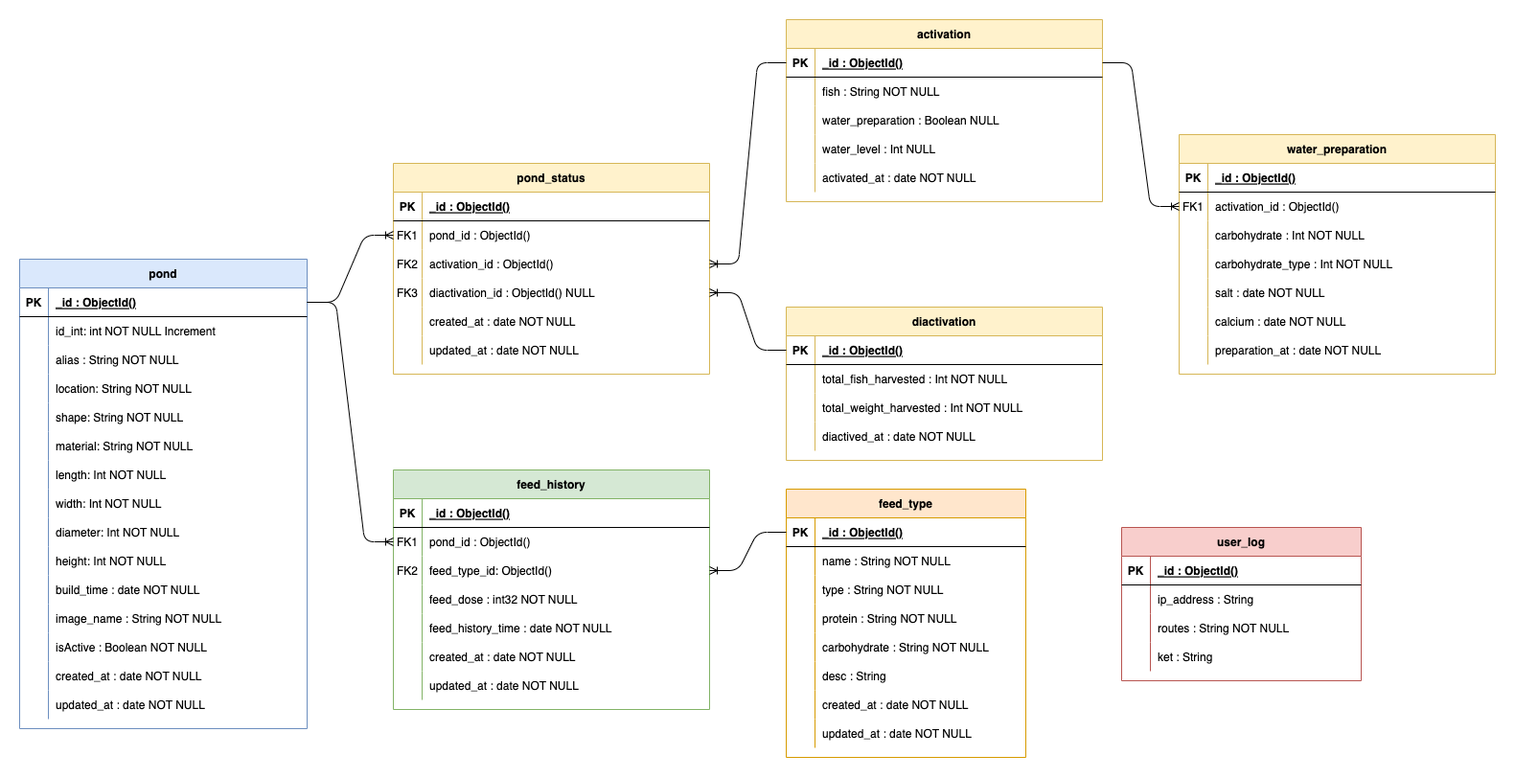
Above: doc/Sprint04/diagram database/database.png in andrirahmanto/backendserverfishculture (draw.io), before the change. Source tidied: cells renumbered, new cells last; positions are measured from the earlier drawing's top-left corner, leaving out a move shared by most shapes.
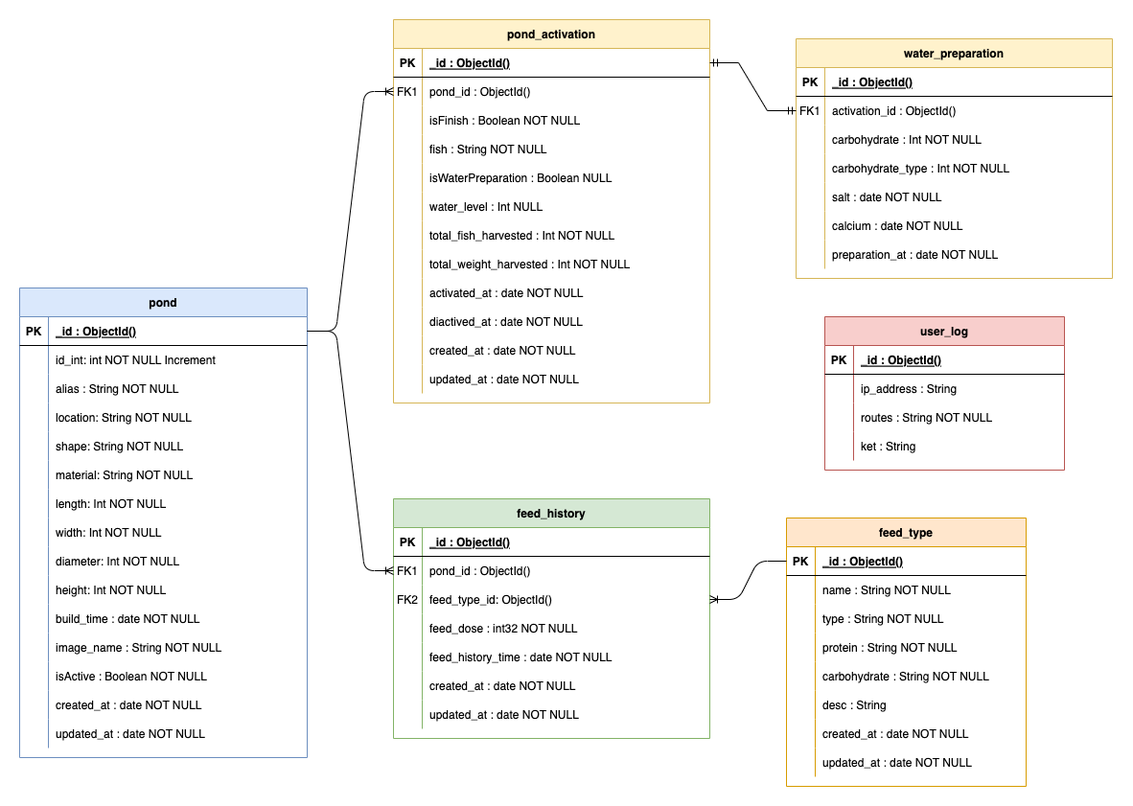
After the change.

Commit message:
feat: add get pond activation

The edit, as a diff of the source:
```diff
@@ -285,7 +285,7 @@
       <mxGeometry relative="1" as="geometry" />
     </mxCell>
     <mxCell id="96" value="user_log" style="shape=table;startSize=30;rowLines=0;fontStyle=1;align=center;fillColor=#f8cecc;strokeColor=#b85450;" parent="1" vertex="1">
-      <mxGeometry x="1150" y="530" width="250" height="160" as="geometry" />
+      <mxGeometry x="840" y="280" width="250" height="160" as="geometry" />
     </mxCell>
     <mxCell id="97" style="shape=partialRectangle;fillColor=none;top=0;left=0;right=0;bottom=1;" parent="96" vertex="1">
       <mxGeometry y="30" width="250" height="30" as="geometry" />
@@ -326,8 +326,8 @@
     <mxCell id="109" style="edgeStyle=entityRelationEdgeStyle;fontSize=12;html=1;endArrow=ERoneToMany;exitX=0;exitY=0.5;exitDx=0;exitDy=0;entryX=1;entryY=0.5;entryDx=0;entryDy=0;" parent="1" edge="1" source="25" target="9">
       <mxGeometry relative="1" as="geometry" />
     </mxCell>
-    <mxCell id="110" value="pond_status" style="shape=table;startSize=30;rowLines=0;fontStyle=1;align=center;fillColor=#fff2cc;strokeColor=#d6b656;" parent="1" vertex="1">
-      <mxGeometry x="390" y="150" width="330" height="220" as="geometry" />
+    <mxCell id="110" value="pond_activation" style="shape=table;startSize=30;rowLines=0;fontStyle=1;align=center;fillColor=#fff2cc;strokeColor=#d6b656;" parent="1" vertex="1">
+      <mxGeometry x="390" y="-30" width="330" height="400" as="geometry" />
     </mxCell>
     <mxCell id="111" style="shape=partialRectangle;fillColor=none;points=[[0,0.5],[1,0.5]];portConstraint=eastwest;top=0;left=0;right=0;bottom=1;" parent="110" vertex="1">
       <mxGeometry y="30" width="330" height="30" as="geometry" />
@@ -347,26 +347,80 @@
     <mxCell id="116" value="pond_id : ObjectId()" style="shape=partialRectangle;overflow=hidden;fillColor=none;top=0;left=0;bottom=0;right=0;align=left;spacingLeft=6;" parent="114" vertex="1">
       <mxGeometry x="30" width="300" height="30" as="geometry" />
     </mxCell>
+    <mxCell id="184" style="shape=partialRectangle;fillColor=none;top=0;left=0;right=0;bottom=0;" parent="110" vertex="1">
+      <mxGeometry y="90" width="330" height="30" as="geometry" />
+    </mxCell>
+    <mxCell id="185" style="shape=partialRectangle;overflow=hidden;fillColor=none;top=0;left=0;bottom=0;right=0;" parent="184" vertex="1">
+      <mxGeometry width="30" height="30" as="geometry" />
+    </mxCell>
+    <mxCell id="186" value="isFinish : Boolean NOT NULL" style="shape=partialRectangle;overflow=hidden;fillColor=none;top=0;left=0;bottom=0;right=0;align=left;spacingLeft=6;" parent="184" vertex="1">
+      <mxGeometry x="30" width="300" height="30" as="geometry" />
+    </mxCell>
+    <mxCell id="187" style="shape=partialRectangle;fillColor=none;top=0;left=0;right=0;bottom=0;" parent="110" vertex="1">
+      <mxGeometry y="120" width="330" height="30" as="geometry" />
+    </mxCell>
+    <mxCell id="188" style="shape=partialRectangle;overflow=hidden;fillColor=none;top=0;left=0;bottom=0;right=0;" parent="187" vertex="1">
+      <mxGeometry width="30" height="30" as="geometry" />
+    </mxCell>
+    <mxCell id="135" value="fish : String NOT NULL" style="shape=partialRectangle;overflow=hidden;fillColor=none;top=0;left=0;bottom=0;right=0;align=left;spacingLeft=6;" parent="187" vertex="1">
+      <mxGeometry x="30" width="300" height="30" as="geometry" />
+    </mxCell>
     <mxCell id="117" style="shape=partialRectangle;fillColor=none;points=[[0,0.5],[1,0.5]];portConstraint=eastwest;top=0;left=0;right=0;bottom=0;" parent="110" vertex="1">
-      <mxGeometry y="90" width="330" height="30" as="geometry" />
+      <mxGeometry y="150" width="330" height="30" as="geometry" />
     </mxCell>
-    <mxCell id="118" value="FK2" style="shape=partialRectangle;overflow=hidden;fillColor=none;top=0;left=0;bottom=0;right=0;" parent="117" vertex="1">
+    <mxCell id="118" style="shape=partialRectangle;overflow=hidden;fillColor=none;top=0;left=0;bottom=0;right=0;" parent="117" vertex="1">
       <mxGeometry width="30" height="30" as="geometry" />
     </mxCell>
-    <mxCell id="119" value="activation_id : ObjectId()" style="shape=partialRectangle;overflow=hidden;fillColor=none;top=0;left=0;bottom=0;right=0;align=left;spacingLeft=6;" parent="117" vertex="1">
+    <mxCell id="119" value="isWaterPreparation : Boolean NULL" style="shape=partialRectangle;overflow=hidden;fillColor=none;top=0;left=0;bottom=0;right=0;align=left;spacingLeft=6;" parent="117" vertex="1">
       <mxGeometry x="30" width="300" height="30" as="geometry" />
     </mxCell>
+    <mxCell id="189" style="shape=partialRectangle;fillColor=none;top=0;left=0;right=0;bottom=0;" parent="110" vertex="1">
+      <mxGeometry y="180" width="330" height="30" as="geometry" />
+    </mxCell>
+    <mxCell id="190" style="shape=partialRectangle;overflow=hidden;fillColor=none;top=0;left=0;bottom=0;right=0;" parent="189" vertex="1">
+      <mxGeometry width="30" height="30" as="geometry" />
+    </mxCell>
+    <mxCell id="141" value="water_level : Int NULL" style="shape=partialRectangle;overflow=hidden;fillColor=none;top=0;left=0;bottom=0;right=0;align=left;spacingLeft=6;" parent="189" vertex="1">
+      <mxGeometry x="30" width="300" height="30" as="geometry" />
+    </mxCell>
+    <mxCell id="191" style="shape=partialRectangle;fillColor=none;top=0;left=0;right=0;bottom=0;" parent="110" vertex="1">
+      <mxGeometry y="210" width="330" height="30" as="geometry" />
+    </mxCell>
+    <mxCell id="192" style="shape=partialRectangle;overflow=hidden;fillColor=none;top=0;left=0;bottom=0;right=0;" parent="191" vertex="1">
+      <mxGeometry width="30" height="30" as="geometry" />
+    </mxCell>
+    <mxCell id="151" value="total_fish_harvested : Int NOT NULL" style="shape=partialRectangle;overflow=hidden;fillColor=none;top=0;left=0;bottom=0;right=0;align=left;spacingLeft=6;" parent="191" vertex="1">
+      <mxGeometry x="30" width="300" height="30" as="geometry" />
+    </mxCell>
+    <mxCell id="193" style="shape=partialRectangle;fillColor=none;top=0;left=0;right=0;bottom=0;" parent="110" vertex="1">
+      <mxGeometry y="240" width="330" height="30" as="geometry" />
+    </mxCell>
+    <mxCell id="194" style="shape=partialRectangle;overflow=hidden;fillColor=none;top=0;left=0;bottom=0;right=0;" parent="193" vertex="1">
+      <mxGeometry width="30" height="30" as="geometry" />
+    </mxCell>
+    <mxCell id="154" value="total_weight_harvested : Int NOT NULL" style="shape=partialRectangle;overflow=hidden;fillColor=none;top=0;left=0;bottom=0;right=0;align=left;spacingLeft=6;" parent="193" vertex="1">
+      <mxGeometry x="30" width="300" height="30" as="geometry" />
+    </mxCell>
     <mxCell id="120" style="shape=partialRectangle;fillColor=none;points=[[0,0.5],[1,0.5]];portConstraint=eastwest;top=0;left=0;right=0;bottom=0;" parent="110" vertex="1">
-      <mxGeometry y="120" width="330" height="30" as="geometry" />
+      <mxGeometry y="270" width="330" height="30" as="geometry" />
     </mxCell>
-    <mxCell id="121" value="FK3" style="shape=partialRectangle;overflow=hidden;fillColor=none;top=0;left=0;bottom=0;right=0;" parent="120" vertex="1">
+    <mxCell id="121" style="shape=partialRectangle;overflow=hidden;fillColor=none;top=0;left=0;bottom=0;right=0;" parent="120" vertex="1">
       <mxGeometry width="30" height="30" as="geometry" />
     </mxCell>
-    <mxCell id="122" value="diactivation_id : ObjectId() NULL" style="shape=partialRectangle;overflow=hidden;fillColor=none;top=0;left=0;bottom=0;right=0;align=left;spacingLeft=6;" parent="120" vertex="1">
+    <mxCell id="122" value="activated_at : date NOT NULL" style="shape=partialRectangle;overflow=hidden;fillColor=none;top=0;left=0;bottom=0;right=0;align=left;spacingLeft=6;" parent="120" vertex="1">
       <mxGeometry x="30" width="300" height="30" as="geometry" />
     </mxCell>
+    <mxCell id="195" style="shape=partialRectangle;fillColor=none;top=0;left=0;right=0;bottom=0;" parent="110" vertex="1">
+      <mxGeometry y="300" width="330" height="30" as="geometry" />
+    </mxCell>
+    <mxCell id="196" style="shape=partialRectangle;overflow=hidden;fillColor=none;top=0;left=0;bottom=0;right=0;" parent="195" vertex="1">
+      <mxGeometry width="30" height="30" as="geometry" />
+    </mxCell>
+    <mxCell id="157" value="diactived_at : date NOT NULL" style="shape=partialRectangle;overflow=hidden;fillColor=none;top=0;left=0;bottom=0;right=0;align=left;spacingLeft=6;" parent="195" vertex="1">
+      <mxGeometry x="30" width="300" height="30" as="geometry" />
+    </mxCell>
     <mxCell id="123" style="shape=partialRectangle;fillColor=none;top=0;left=0;right=0;bottom=0;" parent="110" vertex="1">
-      <mxGeometry y="150" width="330" height="30" as="geometry" />
+      <mxGeometry y="330" width="330" height="30" as="geometry" />
     </mxCell>
     <mxCell id="124" style="shape=partialRectangle;overflow=hidden;fillColor=none;top=0;left=0;bottom=0;right=0;" parent="123" vertex="1">
       <mxGeometry width="30" height="30" as="geometry" />
@@ -375,7 +429,7 @@
       <mxGeometry x="30" width="300" height="30" as="geometry" />
     </mxCell>
     <mxCell id="126" style="shape=partialRectangle;fillColor=none;top=0;left=0;right=0;bottom=0;" parent="110" vertex="1">
-      <mxGeometry y="180" width="330" height="30" as="geometry" />
+      <mxGeometry y="360" width="330" height="30" as="geometry" />
     </mxCell>
     <mxCell id="127" style="shape=partialRectangle;overflow=hidden;fillColor=none;top=0;left=0;bottom=0;right=0;" parent="126" vertex="1">
       <mxGeometry width="30" height="30" as="geometry" />
@@ -383,104 +437,11 @@
     <mxCell id="128" value="updated_at : date NOT NULL" style="shape=partialRectangle;overflow=hidden;fillColor=none;top=0;left=0;bottom=0;right=0;align=left;spacingLeft=6;" parent="126" vertex="1">
       <mxGeometry x="30" width="300" height="30" as="geometry" />
     </mxCell>
-    <mxCell id="129" value="activation" style="shape=table;startSize=30;rowLines=0;fontStyle=1;align=center;fillColor=#fff2cc;strokeColor=#d6b656;" parent="1" vertex="1">
-      <mxGeometry x="800" width="330" height="190" as="geometry" />
-    </mxCell>
-    <mxCell id="130" style="shape=partialRectangle;fillColor=none;points=[[0,0.5],[1,0.5]];portConstraint=eastwest;top=0;left=0;right=0;bottom=1;" parent="129" vertex="1">
-      <mxGeometry y="30" width="330" height="30" as="geometry" />
-    </mxCell>
-    <mxCell id="131" value="PK" style="shape=partialRectangle;overflow=hidden;fillColor=none;top=0;left=0;bottom=0;right=0;fontStyle=1;" parent="130" vertex="1">
-      <mxGeometry width="30" height="30" as="geometry" />
-    </mxCell>
-    <mxCell id="132" value="_id : ObjectId()" style="shape=partialRectangle;overflow=hidden;fillColor=none;top=0;left=0;bottom=0;right=0;align=left;spacingLeft=6;fontStyle=5;" parent="130" vertex="1">
-      <mxGeometry x="30" width="300" height="30" as="geometry" />
-    </mxCell>
-    <mxCell id="133" style="shape=partialRectangle;fillColor=none;top=0;left=0;right=0;bottom=0;" parent="129" vertex="1">
-      <mxGeometry y="60" width="330" height="30" as="geometry" />
-    </mxCell>
-    <mxCell id="134" style="shape=partialRectangle;overflow=hidden;fillColor=none;top=0;left=0;bottom=0;right=0;" parent="133" vertex="1">
-      <mxGeometry width="30" height="30" as="geometry" />
-    </mxCell>
-    <mxCell id="135" value="fish : String NOT NULL" style="shape=partialRectangle;overflow=hidden;fillColor=none;top=0;left=0;bottom=0;right=0;align=left;spacingLeft=6;" parent="133" vertex="1">
-      <mxGeometry x="30" width="300" height="30" as="geometry" />
-    </mxCell>
-    <mxCell id="136" style="shape=partialRectangle;fillColor=none;top=0;left=0;right=0;bottom=0;" parent="129" vertex="1">
-      <mxGeometry y="90" width="330" height="30" as="geometry" />
-    </mxCell>
-    <mxCell id="137" style="shape=partialRectangle;overflow=hidden;fillColor=none;top=0;left=0;bottom=0;right=0;" parent="136" vertex="1">
-      <mxGeometry width="30" height="30" as="geometry" />
-    </mxCell>
-    <mxCell id="138" value="water_preparation : Boolean NULL" style="shape=partialRectangle;overflow=hidden;fillColor=none;top=0;left=0;bottom=0;right=0;align=left;spacingLeft=6;" parent="136" vertex="1">
-      <mxGeometry x="30" width="300" height="30" as="geometry" />
-    </mxCell>
-    <mxCell id="139" style="shape=partialRectangle;fillColor=none;top=0;left=0;right=0;bottom=0;" parent="129" vertex="1">
-      <mxGeometry y="120" width="330" height="30" as="geometry" />
-    </mxCell>
-    <mxCell id="140" style="shape=partialRectangle;overflow=hidden;fillColor=none;top=0;left=0;bottom=0;right=0;" parent="139" vertex="1">
-      <mxGeometry width="30" height="30" as="geometry" />
-    </mxCell>
-    <mxCell id="141" value="water_level : Int NULL" style="shape=partialRectangle;overflow=hidden;fillColor=none;top=0;left=0;bottom=0;right=0;align=left;spacingLeft=6;" parent="139" vertex="1">
-      <mxGeometry x="30" width="300" height="30" as="geometry" />
-    </mxCell>
-    <mxCell id="142" style="shape=partialRectangle;fillColor=none;top=0;left=0;right=0;bottom=0;" parent="129" vertex="1">
-      <mxGeometry y="150" width="330" height="30" as="geometry" />
-    </mxCell>
-    <mxCell id="143" style="shape=partialRectangle;overflow=hidden;fillColor=none;top=0;left=0;bottom=0;right=0;" parent="142" vertex="1">
-      <mxGeometry width="30" height="30" as="geometry" />
-    </mxCell>
-    <mxCell id="144" value="activated_at : date NOT NULL" style="shape=partialRectangle;overflow=hidden;fillColor=none;top=0;left=0;bottom=0;right=0;align=left;spacingLeft=6;" parent="142" vertex="1">
-      <mxGeometry x="30" width="300" height="30" as="geometry" />
-    </mxCell>
-    <mxCell id="145" value="diactivation" style="shape=table;startSize=30;rowLines=0;fontStyle=1;align=center;fillColor=#fff2cc;strokeColor=#d6b656;" parent="1" vertex="1">
-      <mxGeometry x="800" y="300" width="330" height="160" as="geometry" />
-    </mxCell>
-    <mxCell id="146" style="shape=partialRectangle;fillColor=none;points=[[0,0.5],[1,0.5]];portConstraint=eastwest;top=0;left=0;right=0;bottom=1;" parent="145" vertex="1">
-      <mxGeometry y="30" width="330" height="30" as="geometry" />
-    </mxCell>
-    <mxCell id="147" value="PK" style="shape=partialRectangle;overflow=hidden;fillColor=none;top=0;left=0;bottom=0;right=0;fontStyle=1;" parent="146" vertex="1">
-      <mxGeometry width="30" height="30" as="geometry" />
-    </mxCell>
-    <mxCell id="148" value="_id : ObjectId()" style="shape=partialRectangle;overflow=hidden;fillColor=none;top=0;left=0;bottom=0;right=0;align=left;spacingLeft=6;fontStyle=5;" parent="146" vertex="1">
-      <mxGeometry x="30" width="300" height="30" as="geometry" />
-    </mxCell>
-    <mxCell id="149" style="shape=partialRectangle;fillColor=none;top=0;left=0;right=0;bottom=0;" parent="145" vertex="1">
-      <mxGeometry y="60" width="330" height="30" as="geometry" />
-    </mxCell>
-    <mxCell id="150" style="shape=partialRectangle;overflow=hidden;fillColor=none;top=0;left=0;bottom=0;right=0;" parent="149" vertex="1">
-      <mxGeometry width="30" height="30" as="geometry" />
-    </mxCell>
-    <mxCell id="151" value="total_fish_harvested : Int NOT NULL" style="shape=partialRectangle;overflow=hidden;fillColor=none;top=0;left=0;bottom=0;right=0;align=left;spacingLeft=6;" parent="149" vertex="1">
-      <mxGeometry x="30" width="300" height="30" as="geometry" />
-    </mxCell>
-    <mxCell id="152" style="shape=partialRectangle;fillColor=none;top=0;left=0;right=0;bottom=0;" parent="145" vertex="1">
-      <mxGeometry y="90" width="330" height="30" as="geometry" />
-    </mxCell>
-    <mxCell id="153" style="shape=partialRectangle;overflow=hidden;fillColor=none;top=0;left=0;bottom=0;right=0;" parent="152" vertex="1">
-      <mxGeometry width="30" height="30" as="geometry" />
-    </mxCell>
-    <mxCell id="154" value="total_weight_harvested : Int NOT NULL" style="shape=partialRectangle;overflow=hidden;fillColor=none;top=0;left=0;bottom=0;right=0;align=left;spacingLeft=6;" parent="152" vertex="1">
-      <mxGeometry x="30" width="300" height="30" as="geometry" />
-    </mxCell>
-    <mxCell id="155" style="shape=partialRectangle;fillColor=none;top=0;left=0;right=0;bottom=0;" parent="145" vertex="1">
-      <mxGeometry y="120" width="330" height="30" as="geometry" />
-    </mxCell>
-    <mxCell id="156" style="shape=partialRectangle;overflow=hidden;fillColor=none;top=0;left=0;bottom=0;right=0;" parent="155" vertex="1">
-      <mxGeometry width="30" height="30" as="geometry" />
-    </mxCell>
-    <mxCell id="157" value="diactived_at : date NOT NULL" style="shape=partialRectangle;overflow=hidden;fillColor=none;top=0;left=0;bottom=0;right=0;align=left;spacingLeft=6;" parent="155" vertex="1">
-      <mxGeometry x="30" width="300" height="30" as="geometry" />
-    </mxCell>
     <mxCell id="158" style="edgeStyle=entityRelationEdgeStyle;fontSize=12;html=1;endArrow=ERoneToMany;exitX=1;exitY=0.5;exitDx=0;exitDy=0;entryX=0;entryY=0.5;entryDx=0;entryDy=0;" parent="1" edge="1" source="50" target="114">
       <mxGeometry relative="1" as="geometry" />
     </mxCell>
-    <mxCell id="159" style="edgeStyle=entityRelationEdgeStyle;fontSize=12;html=1;endArrow=ERoneToMany;exitX=0;exitY=0.5;exitDx=0;exitDy=0;entryX=1;entryY=0.5;entryDx=0;entryDy=0;" parent="1" edge="1" source="130" target="117">
-      <mxGeometry relative="1" as="geometry" />
-    </mxCell>
-    <mxCell id="160" style="edgeStyle=entityRelationEdgeStyle;fontSize=12;html=1;endArrow=ERoneToMany;exitX=0;exitY=0.5;exitDx=0;exitDy=0;entryX=1;entryY=0.5;entryDx=0;entryDy=0;" parent="1" edge="1" source="146" target="120">
-      <mxGeometry relative="1" as="geometry" />
-    </mxCell>
     <mxCell id="161" value="water_preparation" style="shape=table;startSize=30;rowLines=0;fontStyle=1;align=center;fillColor=#fff2cc;strokeColor=#d6b656;" parent="1" vertex="1">
-      <mxGeometry x="1210" y="120" width="330" height="250" as="geometry" />
+      <mxGeometry x="810" y="-10" width="330" height="250" as="geometry" />
     </mxCell>
     <mxCell id="162" style="shape=partialRectangle;fillColor=none;top=0;left=0;right=0;bottom=1;" parent="161" vertex="1">
       <mxGeometry y="30" width="330" height="30" as="geometry" />
@@ -545,8 +506,8 @@
     <mxCell id="182" value="preparation_at : date NOT NULL" style="shape=partialRectangle;overflow=hidden;fillColor=none;top=0;left=0;bottom=0;right=0;align=left;spacingLeft=6;" parent="180" vertex="1">
       <mxGeometry x="30" width="300" height="30" as="geometry" />
     </mxCell>
-    <mxCell id="183" style="edgeStyle=entityRelationEdgeStyle;fontSize=12;html=1;endArrow=ERoneToMany;exitX=1;exitY=0.5;exitDx=0;exitDy=0;entryX=0;entryY=0.5;entryDx=0;entryDy=0;" parent="1" edge="1" source="130" target="165">
-      <mxGeometry relative="1" as="geometry" />
-    </mxCell>
+    <mxCell id="197" style="edgeStyle=entityRelationEdgeStyle;fontSize=12;html=1;endArrow=ERmandOne;startArrow=ERmandOne;rounded=0;entryX=1;entryY=0.5;entryDx=0;entryDy=0;exitX=0;exitY=0.5;exitDx=0;exitDy=0;" parent="1" edge="1" source="165" target="111">
+      <mxGeometry relative="1" as="geometry" />
+    </mxCell>
   </root>
 </mxGraphModel>
```
